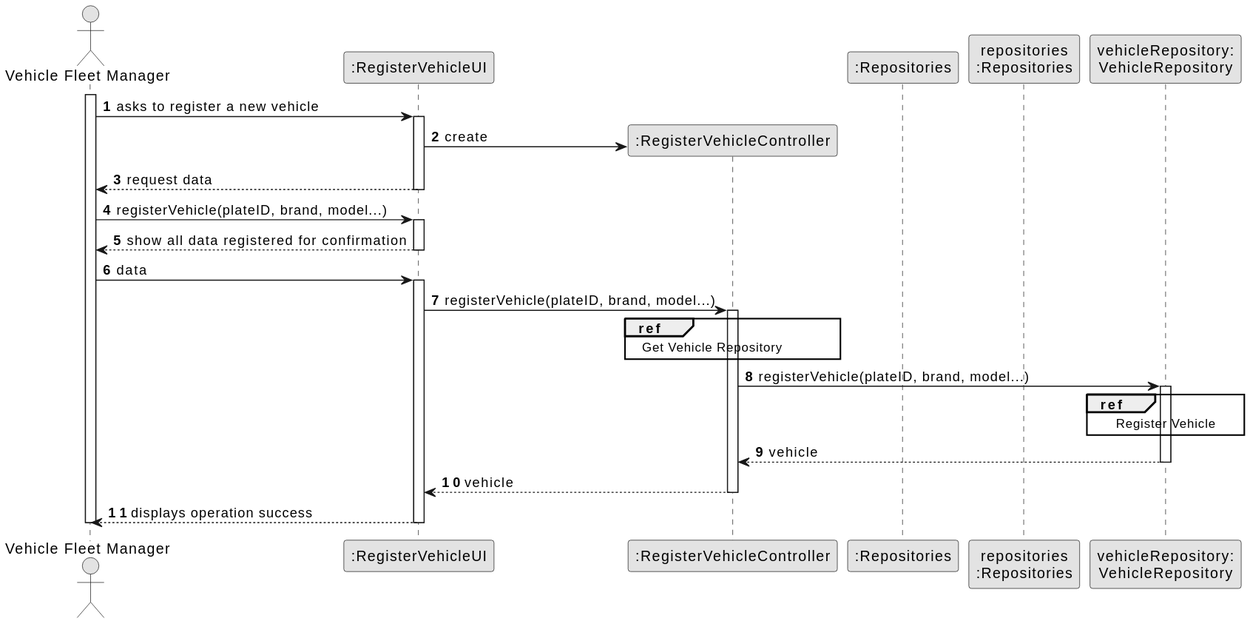
Above: docs/sprintC/us006/03.design/svg/us006-sequence-diagram-split.svg in SAEmanuel/Green_Spaces_Management_ISEP (PlantUML), before the change. The source it was exported from:
```plantuml
@startuml
skinparam monochrome true
skinparam packageStyle rectangle
skinparam shadowing false

autonumber

actor "Vehicle Fleet Manager" as VFM
participant ":RegisterVehicleUI" as UI
participant ":RegisterVehicleController" as CTRL
participant ":Repositories" as RepositorySingleton
participant "repositories\n:Repositories" as PLAT
participant "vehicleRepository:\nVehicleRepository" as vehicleRepository

activate VFM

        VFM -> UI : asks to register a new vehicle

        activate UI


            UI -> CTRL** : create


            UI --> VFM : request data
            deactivate UI

            VFM -> UI : registerVehicle(plateID, brand, model...)
            activate UI



        UI --> VFM : show all data registered  for confirmation
        deactivate UI

    VFM -> UI : data
    activate UI

        UI -> CTRL : registerVehicle(plateID, brand, model...)
            ref over CTRL
                Get Vehicle Repository
            end
        activate CTRL




            CTRL -> vehicleRepository: registerVehicle(plateID, brand, model...)
            activate vehicleRepository

            ref over vehicleRepository
                Register Vehicle
            end





                vehicleRepository --> CTRL : vehicle

            deactivate vehicleRepository

            CTRL --> UI: vehicle
            deactivate CTRL
            UI --> VFM: displays operation success
    deactivate UI

deactivate VFM
@enduml
```
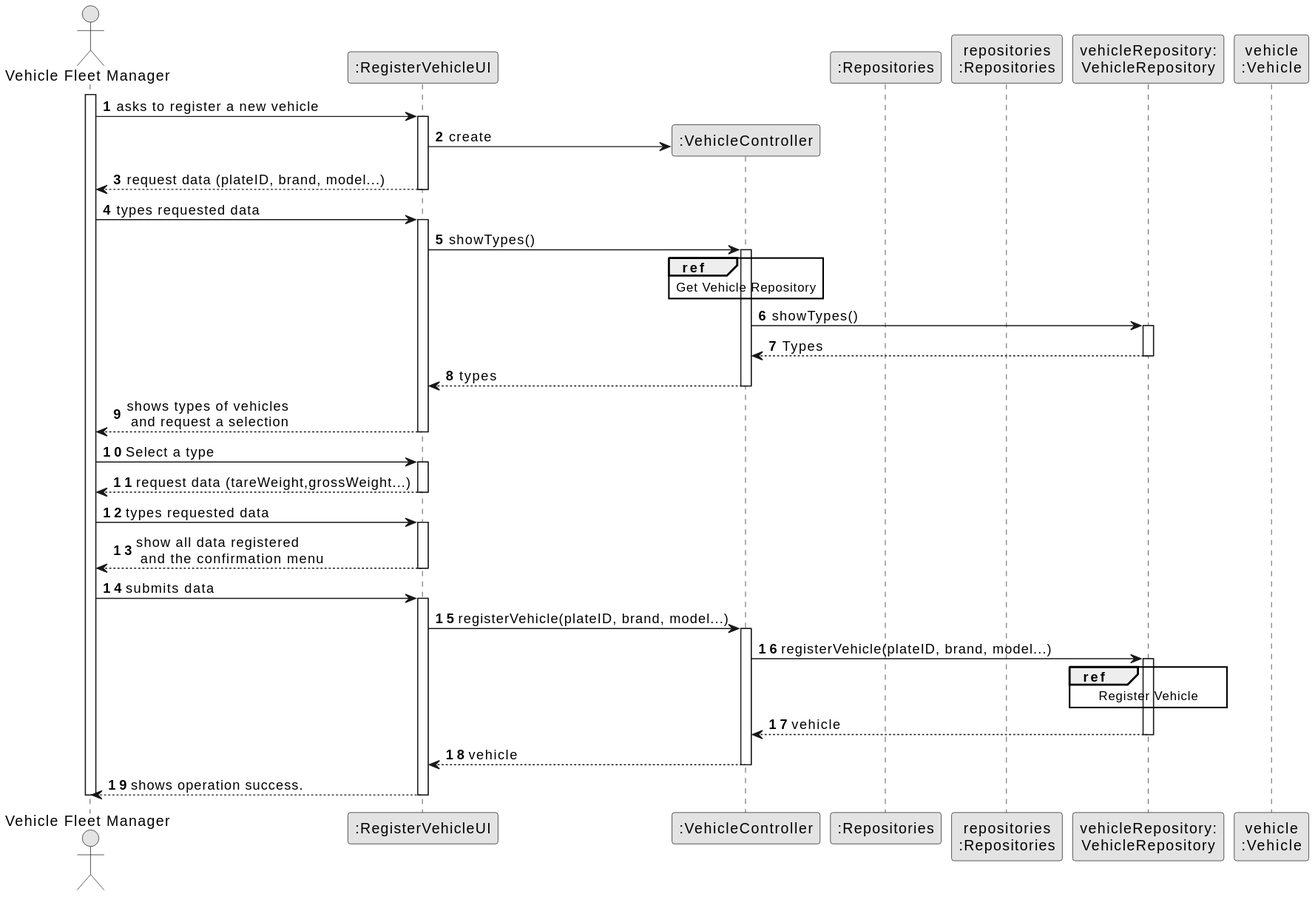
Above is the later version.

Diff of the diagram source:
```diff
@@ -7,10 +7,11 @@
 
 actor "Vehicle Fleet Manager" as VFM
 participant ":RegisterVehicleUI" as UI
-participant ":RegisterVehicleController" as CTRL
+participant ":VehicleController" as CTRL
 participant ":Repositories" as RepositorySingleton
 participant "repositories\n:Repositories" as PLAT
 participant "vehicleRepository:\nVehicleRepository" as vehicleRepository
+participant "vehicle\n:Vehicle" as VEICULO
 
 activate VFM
 
@@ -18,28 +19,49 @@
 
         activate UI
 
-
             UI -> CTRL** : create
 
-
-            UI --> VFM : request data
+        UI --> VFM : request data (plateID, brand, model...)
             deactivate UI
 
-            VFM -> UI : registerVehicle(plateID, brand, model...)
-            activate UI
+        VFM -> UI : types requested data
+        activate UI
+
+        UI -> CTRL : showTypes()
+        activate CTRL
+
+            ref over CTRL
+            Get Vehicle Repository
+            end ref
+
+        CTRL -> vehicleRepository : showTypes()
+        activate vehicleRepository
 
 
+        vehicleRepository --> CTRL : Types
+        deactivate vehicleRepository
 
-        UI --> VFM : show all data registered  for confirmation
+        CTRL --> UI : types
+        deactivate CTRL
+        UI --> VFM : shows types of vehicles\n and request a selection
+            deactivate UI
+
+        VFM -> UI : Select a type
+        activate UI
+
+        UI --> VFM : request data (tareWeight,grossWeight...)
+            deactivate UI
+
+        VFM -> UI : types requested data
+        activate UI
+
+        UI --> VFM : show all data registered\n and the confirmation menu
         deactivate UI
 
-    VFM -> UI : data
+    VFM -> UI : submits data
     activate UI
 
         UI -> CTRL : registerVehicle(plateID, brand, model...)
-            ref over CTRL
-                Get Vehicle Repository
-            end
         activate CTRL
 
 
@@ -48,13 +70,10 @@
             CTRL -> vehicleRepository: registerVehicle(plateID, brand, model...)
             activate vehicleRepository
 
-            ref over vehicleRepository
-                Register Vehicle
-            end
 
-
-
-
+             ref over vehicleRepository
+             Register Vehicle
+             end ref
 
                 vehicleRepository --> CTRL : vehicle
 
@@ -62,7 +81,7 @@
 
             CTRL --> UI: vehicle
             deactivate CTRL
-            UI --> VFM: displays operation success
+            UI --> VFM: shows operation success.
     deactivate UI
 
 deactivate VFM
```
